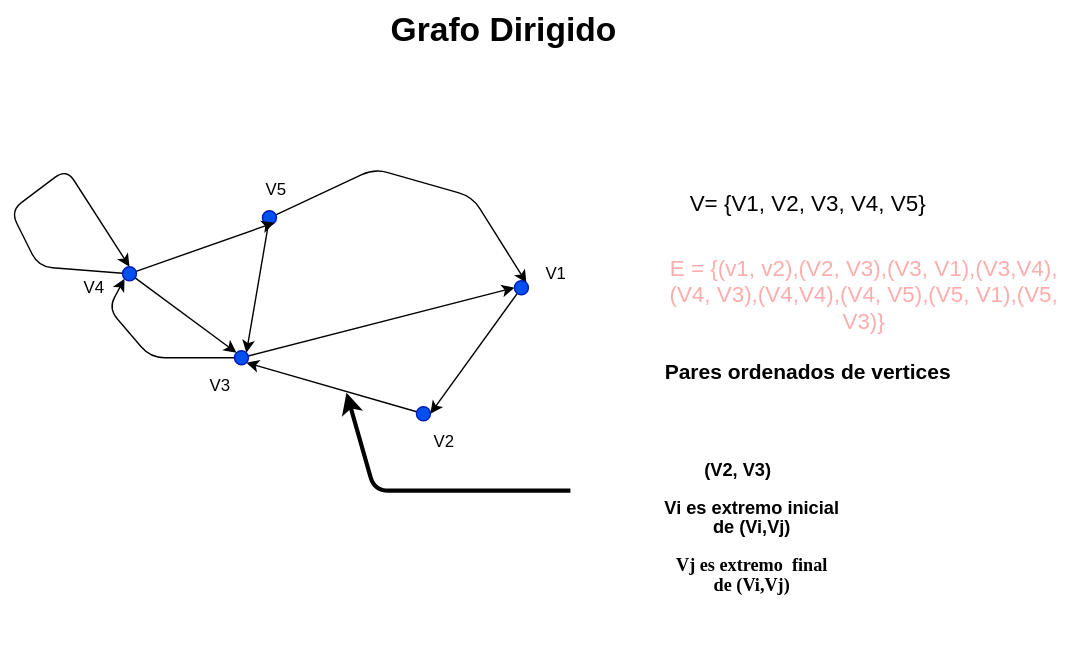
Earlier version of the draw.io export Estructura-de-datos/Grafos/Grafo-dir.drawio.svg (Nordcode-cyber/Algoritmos-Estructdatos). Source tidied: cells renumbered, new cells last; positions are measured from the earlier drawing's top-left corner, leaving out a move shared by most shapes.
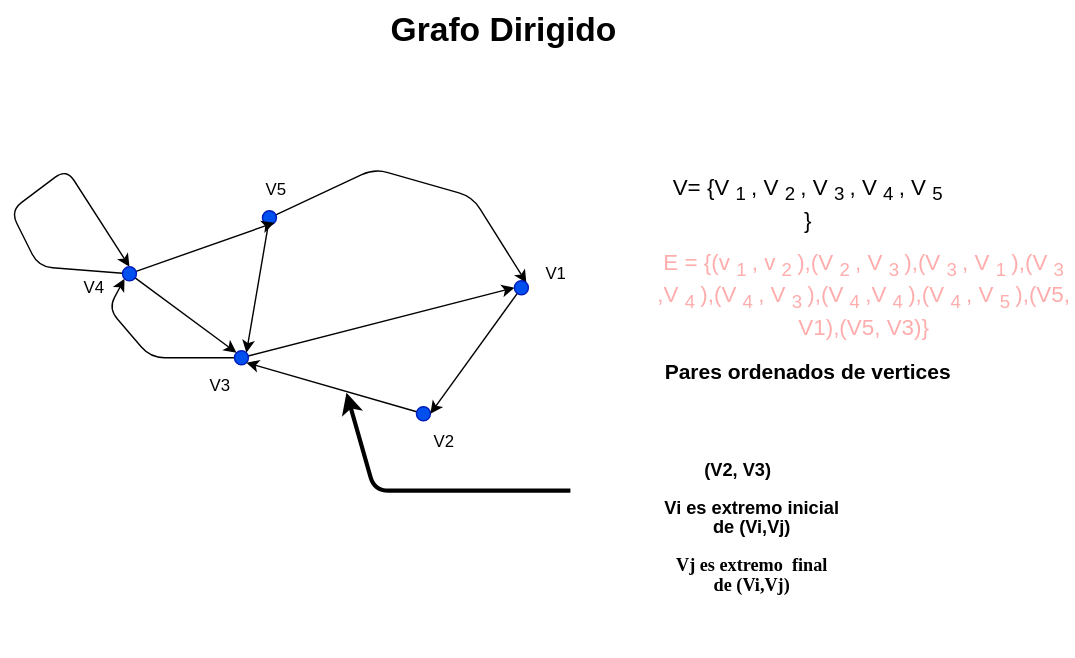
The same file after the commit.

The edit, as a diff of the source:
```diff
@@ -79,10 +79,10 @@
     <mxCell id="21" value="&lt;font style=&quot;color: light-dark(rgb(0, 0, 0), rgb(0, 153, 0));&quot;&gt;V5&lt;/font&gt;" style="text;html=1;align=center;verticalAlign=middle;whiteSpace=wrap;rounded=0;" parent="1" vertex="1">
       <mxGeometry x="160" y="120" width="60" height="30" as="geometry" />
     </mxCell>
-    <mxCell id="22" value="&lt;font style=&quot;color: light-dark(rgb(0, 0, 0), rgb(178, 0, 0)); font-size: 16px;&quot;&gt;V= {V1, V2, V3, V4, V5}&lt;/font&gt;" style="text;html=1;align=center;verticalAlign=middle;whiteSpace=wrap;rounded=0;" parent="1" vertex="1">
+    <mxCell id="22" value="&lt;font style=&quot;color: light-dark(rgb(0, 0, 0), rgb(178, 0, 0)); font-size: 16px;&quot;&gt;V= {V&lt;sub&gt;1&lt;/sub&gt;, V&lt;sub&gt;2&lt;/sub&gt;, V&lt;sub&gt;3&lt;/sub&gt;, V&lt;sub&gt;4&lt;/sub&gt;, V&lt;sub&gt;5&lt;/sub&gt;}&lt;/font&gt;" style="text;html=1;align=center;verticalAlign=middle;whiteSpace=wrap;rounded=0;" parent="1" vertex="1">
       <mxGeometry x="470" y="130" width="200" height="30" as="geometry" />
     </mxCell>
-    <mxCell id="23" value="&lt;font style=&quot;color: light-dark(rgb(255, 172, 172), rgb(0, 153, 0)); font-size: 16px;&quot;&gt;E = {(v1, v2),(V2, V3),(V3, V1),(V3,V4),(V4, V3),(V4,V4),(V4, V5),(V5, V1),(V5, V3)}&lt;/font&gt;" style="text;html=1;align=center;verticalAlign=middle;whiteSpace=wrap;rounded=0;" parent="1" vertex="1">
+    <mxCell id="23" value="&lt;font style=&quot;color: light-dark(rgb(255, 172, 172), rgb(0, 153, 0)); font-size: 16px;&quot;&gt;E = {(v&lt;sub&gt;1&lt;/sub&gt;, v&lt;sub&gt;2&lt;/sub&gt;),(V&lt;sub&gt;2&lt;/sub&gt;, V&lt;sub&gt;3&lt;/sub&gt;),(V&lt;sub&gt;3&lt;/sub&gt;, V&lt;sub&gt;1&lt;/sub&gt;),(V&lt;sub&gt;3&lt;/sub&gt;,V&lt;sub&gt;4&lt;/sub&gt;),(V&lt;sub&gt;4&lt;/sub&gt;, V&lt;sub&gt;3&lt;/sub&gt;),(V&lt;sub&gt;4&lt;/sub&gt;,V&lt;sub&gt;4&lt;/sub&gt;),(V&lt;sub&gt;4&lt;/sub&gt;, V&lt;sub&gt;5&lt;/sub&gt;),(V5, V1),(V5, V3)}&lt;/font&gt;" style="text;html=1;align=center;verticalAlign=middle;whiteSpace=wrap;rounded=0;" parent="1" vertex="1">
       <mxGeometry x="460" y="170" width="300" height="80" as="geometry" />
     </mxCell>
     <mxCell id="24" value="&lt;font style=&quot;color: light-dark(rgb(0, 0, 0), rgb(250, 253, 255)); font-size: 15px;&quot;&gt;&lt;b style=&quot;&quot;&gt;Pares ordenados de vertices&lt;/b&gt;&lt;/font&gt;" style="text;html=1;align=center;verticalAlign=middle;whiteSpace=wrap;rounded=0;" parent="1" vertex="1">
```
